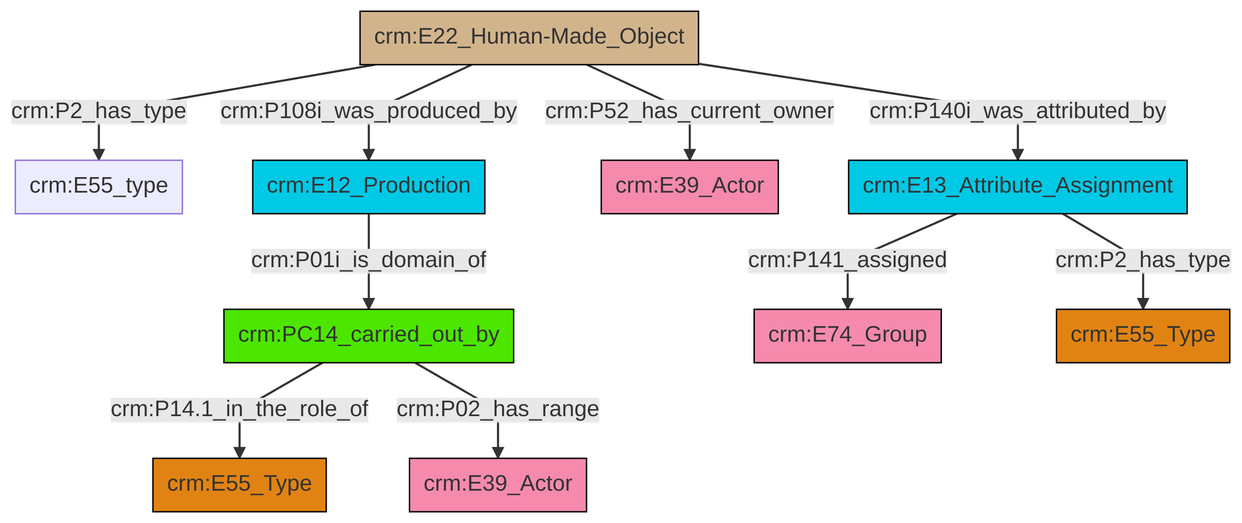
This is et/builtWorkCSV/ttl/mmd/png/Built_Work_actor_relations.png from swiss-art-research-net/docs.swissartresearch, a Mermaid export, as it was before one commit. Its source is kept beside it as et/builtWorkCSV/ttl/mmd/Built_Work_actor_relations.ttl.mmd.
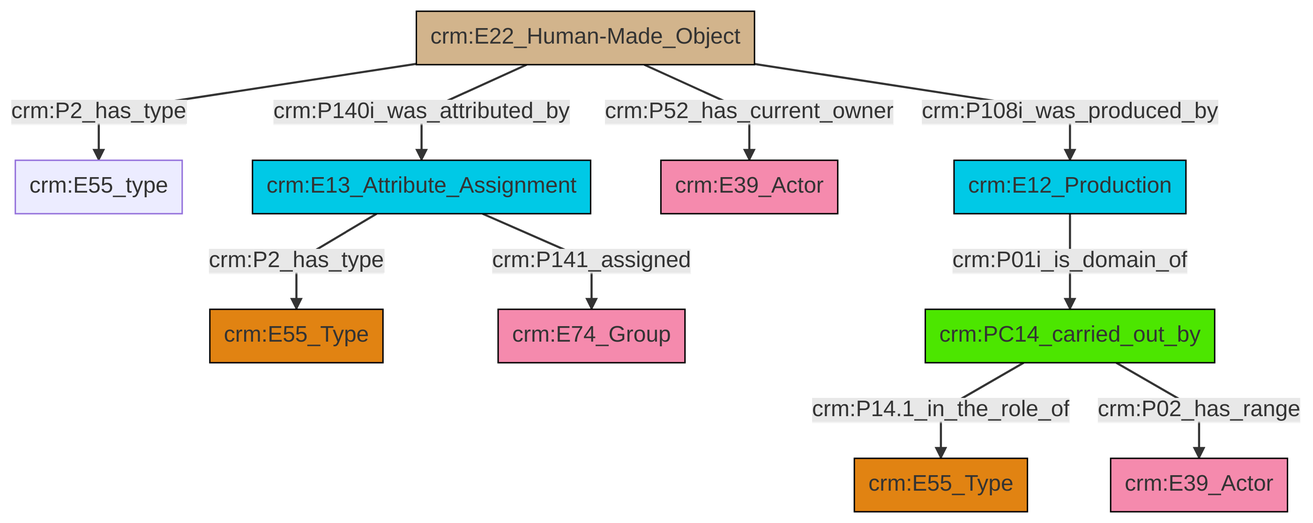
Above is the later version.

Change to the diagram source:
```diff
@@ -13,12 +13,12 @@
 classDef PC_Classes fill:#4ce600, stroke:#000000;
 classDef Multi fill:#cccccc,stroke:#000000;
 
-0["crm:E22_Human-Made_Object"]:::Physical_Thing -->|crm:P2_has_type| 2["crm:E55_type"]:::Default
-3["crm:E12_Production"]:::Temporal_Entity -->|crm:P01i_is_domain_of| 4["crm:PC14_carried_out_by"]:::PC_Classes
-4["crm:PC14_carried_out_by"]:::PC_Classes -->|crm:P14.1_in_the_role_of| 5["crm:E55_Type"]:::Type
-0["crm:E22_Human-Made_Object"]:::Physical_Thing -->|crm:P108i_was_produced_by| 3["crm:E12_Production"]:::Temporal_Entity
-4["crm:PC14_carried_out_by"]:::PC_Classes -->|crm:P02_has_range| 8["crm:E39_Actor"]:::Actor
-0["crm:E22_Human-Made_Object"]:::Physical_Thing -->|crm:P52_has_current_owner| 12["crm:E39_Actor"]:::Actor
-15["crm:E13_Attribute_Assignment"]:::Temporal_Entity -->|crm:P141_assigned| 6["crm:E74_Group"]:::Actor
-0["crm:E22_Human-Made_Object"]:::Physical_Thing -->|crm:P140i_was_attributed_by| 15["crm:E13_Attribute_Assignment"]:::Temporal_Entity
-15["crm:E13_Attribute_Assignment"]:::Temporal_Entity -->|crm:P2_has_type| 10["crm:E55_Type"]:::Type
+0["crm:E13_Attribute_Assignment"]:::Temporal_Entity -->|crm:P2_has_type| 1["crm:E55_Type"]:::Type
+6["crm:E22_Human-Made_Object"]:::Physical_Thing -->|crm:P2_has_type| 4["crm:E55_type"]:::Default
+8["crm:PC14_carried_out_by"]:::PC_Classes -->|crm:P14.1_in_the_role_of| 9["crm:E55_Type"]:::Type
+6["crm:E22_Human-Made_Object"]:::Physical_Thing -->|crm:P140i_was_attributed_by| 0["crm:E13_Attribute_Assignment"]:::Temporal_Entity
+6["crm:E22_Human-Made_Object"]:::Physical_Thing -->|crm:P52_has_current_owner| 2["crm:E39_Actor"]:::Actor
+8["crm:PC14_carried_out_by"]:::PC_Classes -->|crm:P02_has_range| 12["crm:E39_Actor"]:::Actor
+13["crm:E12_Production"]:::Temporal_Entity -->|crm:P01i_is_domain_of| 8["crm:PC14_carried_out_by"]:::PC_Classes
+6["crm:E22_Human-Made_Object"]:::Physical_Thing -->|crm:P108i_was_produced_by| 13["crm:E12_Production"]:::Temporal_Entity
+0["crm:E13_Attribute_Assignment"]:::Temporal_Entity -->|crm:P141_assigned| 15["crm:E74_Group"]:::Actor
```
